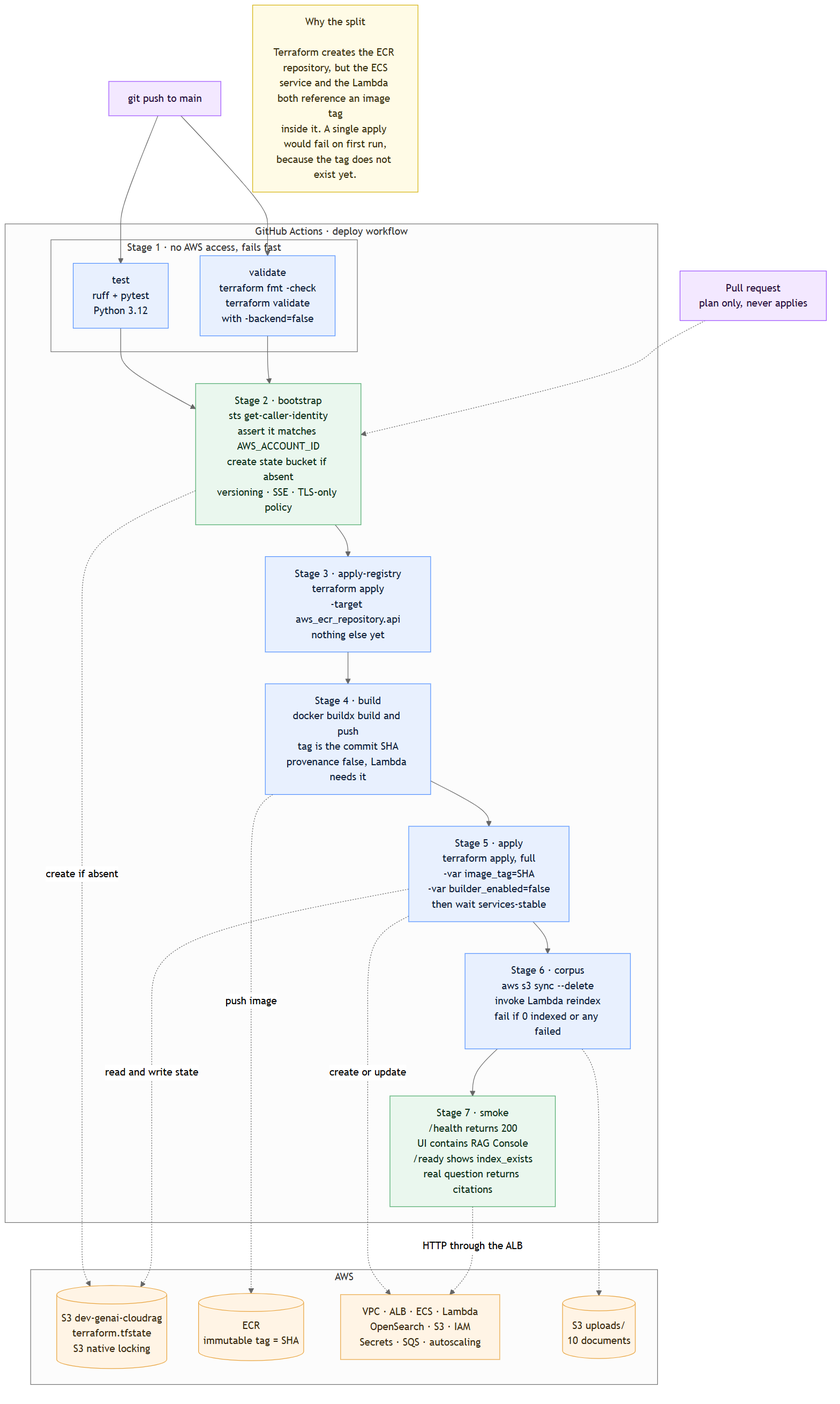
Earlier version of the Mermaid export docs/diagrams/05-deployment-pipeline.png (vardhan1228/rag-devops-project). Its source is kept beside it as docs/diagrams/05-deployment-pipeline.mmd. Source of this version:
```mermaid
flowchart TB
  dev["git push to main"]
  prq["Pull request<br/>plan only, never applies"]

  subgraph gha["GitHub Actions · deploy workflow"]
    direction TB

    subgraph q["no AWS access, fails fast"]
      direction LR
      test["lint<br/>ruff<br/>Python 3.12"]
      val["validate<br/>terraform fmt -check<br/>terraform validate<br/>with -backend=false"]
    end

    boot["bootstrap<br/>sts get-caller-identity<br/>assert it matches AWS_ACCOUNT_ID<br/>create state bucket if absent<br/>versioning · SSE · TLS-only policy<br/>publish bucket name + seed decision"]

    subgraph d["deploy · one job, four phases"]
      direction TB
      reg["1 · registry<br/>terraform apply<br/>-target aws_ecr_repository.api<br/>nothing else yet"]
      build["2 · image<br/>docker buildx build and push<br/>tag is the commit SHA<br/>provenance false, Lambda needs it"]
      app["3 · workloads<br/>terraform apply, full<br/>TF_VAR_image_tag=SHA<br/>then wait services-stable"]
      data["4 · corpus · optional<br/>skipped when SEED_CORPUS=false<br/>aws s3 sync --delete<br/>invoke Lambda reindex<br/>fail if 0 indexed or any failed"]
      reg --> build --> app --> data
    end

    smoke["smoke<br/>/health returns 200<br/>UI contains RAG Console<br/>/ready shows index_exists<br/>real question returns citations<br/>last two only when phase 4 ran"]

    test --> boot
    val --> boot
    boot --> reg
    data --> smoke
  end

  subgraph awsres["AWS"]
    direction LR
    tfstate[("S3 dev-genai-cloudrag<br/>terraform.tfstate<br/>S3 native locking")]
    ecr[("ECR<br/>immutable tag = SHA")]
    stack["VPC · ALB · ECS · Lambda<br/>OpenSearch · S3 · IAM<br/>Secrets · SQS · autoscaling"]
    corpus[("S3 uploads/<br/>10 documents")]
  end

  dev --> test
  dev --> val
  prq -.-> boot

  boot -.->|"create if absent"| tfstate
  app -.->|"read and write state"| tfstate
  build -.->|"push image"| ecr
  app -.->|"create or update"| stack
  data -.-> corpus
  smoke -.->|"HTTP through the ALB"| stack

  gate["Why the split<br/><br/>Terraform creates the ECR repository, but the ECS<br/>service and the Lambda both reference an image tag<br/>inside it. A single apply would fail on first run,<br/>because the tag does not exist yet."]

  classDef job fill:#e8f0fe,stroke:#4c8dff,color:#11203a
  classDef gateclass fill:#eaf7ee,stroke:#48a868,color:#11301c
  classDef store fill:#fff4e5,stroke:#e8a33d,color:#3a2a11
  classDef trigger fill:#f3e8ff,stroke:#9a4cff,color:#26113a
  classDef note fill:#fffbe6,stroke:#d4b106,color:#3a3111

  class test,val,reg,build,app,data job
  class boot,smoke gateclass
  class tfstate,ecr,stack,corpus store
  class dev,prq trigger
  class gate note
```
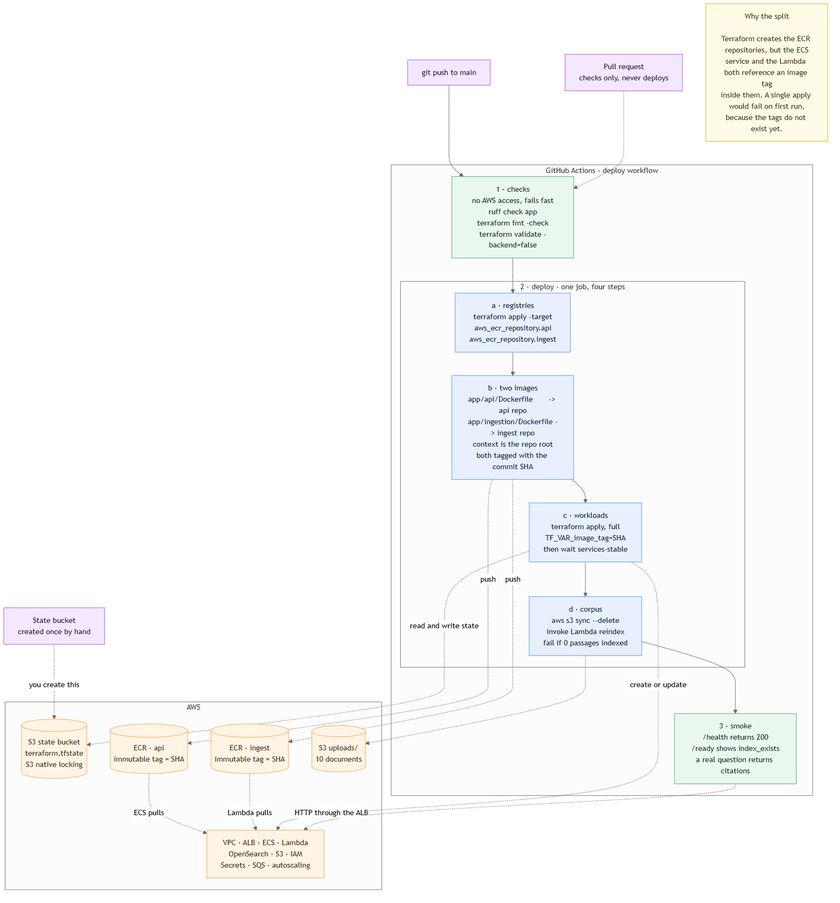
Above is the later version.

Diff of the diagram source:
```diff
@@ -1,55 +1,51 @@
 flowchart TB
   dev["git push to main"]
-  prq["Pull request<br/>plan only, never applies"]
+  prq["Pull request<br/>checks only, never deploys"]
+  manual["State bucket<br/>created once by hand"]
 
   subgraph gha["GitHub Actions · deploy workflow"]
     direction TB
 
-    subgraph q["no AWS access, fails fast"]
-      direction LR
-      test["lint<br/>ruff<br/>Python 3.12"]
-      val["validate<br/>terraform fmt -check<br/>terraform validate<br/>with -backend=false"]
-    end
+    checks["1 · checks<br/>no AWS access, fails fast<br/>ruff check app<br/>terraform fmt -check<br/>terraform validate -backend=false"]
 
-    boot["bootstrap<br/>sts get-caller-identity<br/>assert it matches AWS_ACCOUNT_ID<br/>create state bucket if absent<br/>versioning · SSE · TLS-only policy<br/>publish bucket name + seed decision"]
-
-    subgraph d["deploy · one job, four phases"]
+    subgraph d["2 · deploy · one job, four steps"]
       direction TB
-      reg["1 · registry<br/>terraform apply<br/>-target aws_ecr_repository.api<br/>nothing else yet"]
-      build["2 · image<br/>docker buildx build and push<br/>tag is the commit SHA<br/>provenance false, Lambda needs it"]
-      app["3 · workloads<br/>terraform apply, full<br/>TF_VAR_image_tag=SHA<br/>then wait services-stable"]
-      data["4 · corpus · optional<br/>skipped when SEED_CORPUS=false<br/>aws s3 sync --delete<br/>invoke Lambda reindex<br/>fail if 0 indexed or any failed"]
+      reg["a · registries<br/>terraform apply -target<br/>aws_ecr_repository.api<br/>aws_ecr_repository.ingest"]
+      build["b · two images<br/>app/api/Dockerfile       -> api repo<br/>app/ingestion/Dockerfile -> ingest repo<br/>context is the repo root<br/>both tagged with the commit SHA"]
+      app["c · workloads<br/>terraform apply, full<br/>TF_VAR_image_tag=SHA<br/>then wait services-stable"]
+      data["d · corpus<br/>aws s3 sync --delete<br/>invoke Lambda reindex<br/>fail if 0 passages indexed"]
       reg --> build --> app --> data
     end
 
-    smoke["smoke<br/>/health returns 200<br/>UI contains RAG Console<br/>/ready shows index_exists<br/>real question returns citations<br/>last two only when phase 4 ran"]
+    smoke["3 · smoke<br/>/health returns 200<br/>/ready shows index_exists<br/>a real question returns citations"]
 
-    test --> boot
-    val --> boot
-    boot --> reg
+    checks --> reg
     data --> smoke
   end
 
   subgraph awsres["AWS"]
     direction LR
-    tfstate[("S3 dev-genai-cloudrag<br/>terraform.tfstate<br/>S3 native locking")]
-    ecr[("ECR<br/>immutable tag = SHA")]
+    tfstate[("S3 state bucket<br/>terraform.tfstate<br/>S3 native locking")]
+    ecrapi[("ECR · api<br/>immutable tag = SHA")]
+    ecring[("ECR · ingest<br/>immutable tag = SHA")]
     stack["VPC · ALB · ECS · Lambda<br/>OpenSearch · S3 · IAM<br/>Secrets · SQS · autoscaling"]
     corpus[("S3 uploads/<br/>10 documents")]
   end
 
-  dev --> test
-  dev --> val
-  prq -.-> boot
+  dev --> checks
+  prq -.-> checks
+  manual -.->|"you create this"| tfstate
 
-  boot -.->|"create if absent"| tfstate
   app -.->|"read and write state"| tfstate
-  build -.->|"push image"| ecr
+  build -.->|"push"| ecrapi
+  build -.->|"push"| ecring
+  ecrapi -.->|"ECS pulls"| stack
+  ecring -.->|"Lambda pulls"| stack
   app -.->|"create or update"| stack
   data -.-> corpus
   smoke -.->|"HTTP through the ALB"| stack
 
-  gate["Why the split<br/><br/>Terraform creates the ECR repository, but the ECS<br/>service and the Lambda both reference an image tag<br/>inside it. A single apply would fail on first run,<br/>because the tag does not exist yet."]
+  gate["Why the split<br/><br/>Terraform creates the ECR repositories, but the ECS<br/>service and the Lambda both reference an image tag<br/>inside them. A single apply would fail on first run,<br/>because the tags do not exist yet."]
 
   classDef job fill:#e8f0fe,stroke:#4c8dff,color:#11203a
   classDef gateclass fill:#eaf7ee,stroke:#48a868,color:#11301c
@@ -57,8 +53,8 @@
   classDef trigger fill:#f3e8ff,stroke:#9a4cff,color:#26113a
   classDef note fill:#fffbe6,stroke:#d4b106,color:#3a3111
 
-  class test,val,reg,build,app,data job
-  class boot,smoke gateclass
-  class tfstate,ecr,stack,corpus store
-  class dev,prq trigger
+  class reg,build,app,data job
+  class checks,smoke gateclass
+  class tfstate,ecrapi,ecring,stack,corpus store
+  class dev,prq,manual trigger
   class gate note
```
